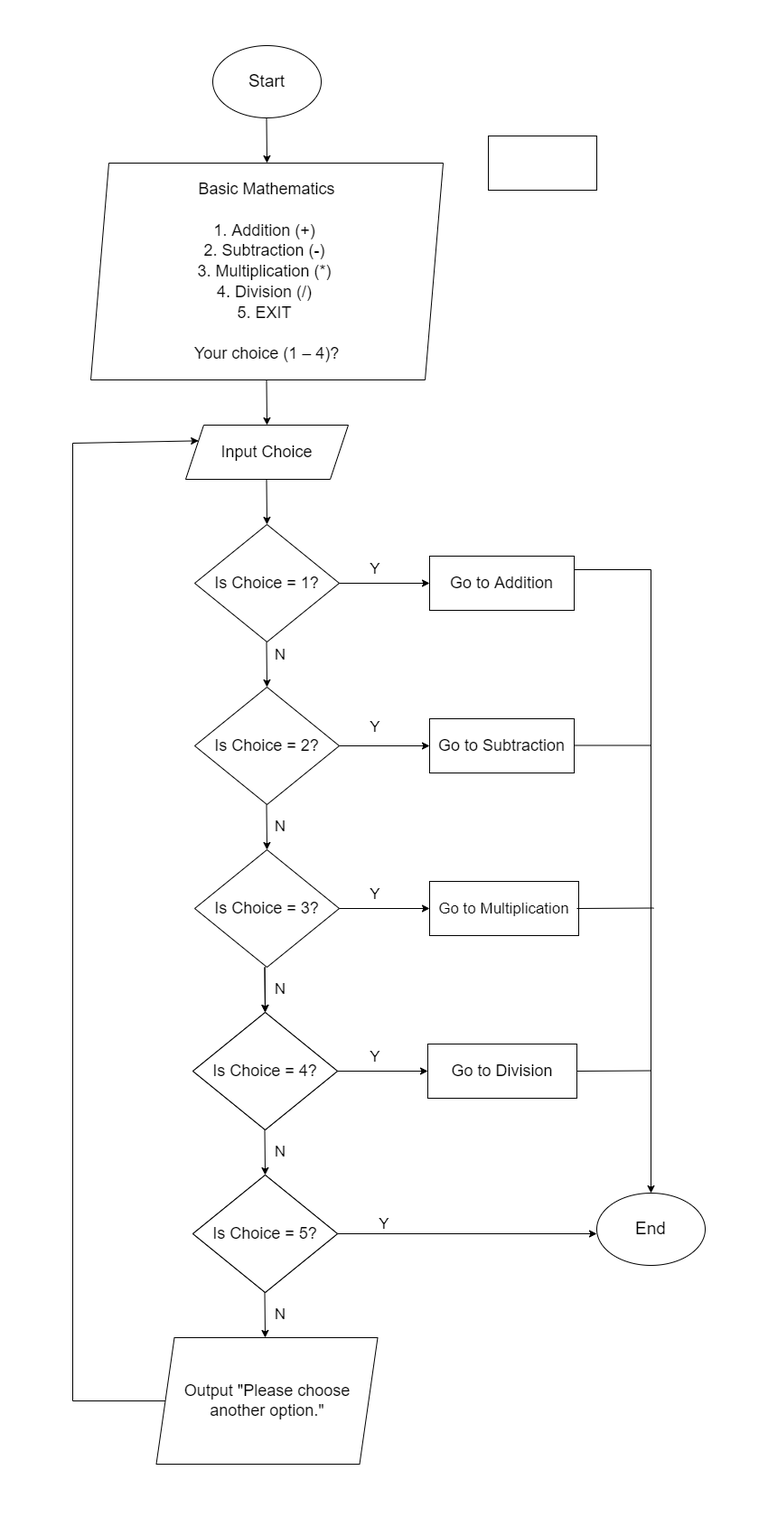
The draw.io diagram Basic Maths Operation Flowchart.epgz.drawio.png in amaalware/BasicMathsFlowchart, before a commit. Source tidied: cells renumbered, new cells last; positions are measured from the earlier drawing's top-left corner, leaving out a move shared by most shapes. The source it was exported from:
```xml
<mxGraphModel>
  <root>
    <mxCell id="0" />
    <mxCell id="1" parent="0" />
    <mxCell id="2" value="&lt;font style=&quot;font-size: 19px&quot;&gt;Start&lt;/font&gt;" style="ellipse;whiteSpace=wrap;html=1;" parent="1" vertex="1">
      <mxGeometry x="155" width="120" height="80" as="geometry" />
    </mxCell>
    <mxCell id="3" style="endArrow=classic;html=1;rounded=0;fontSize=19;" parent="1" edge="1">
      <mxGeometry relative="1" as="geometry">
        <mxPoint x="214.5" y="80" as="sourcePoint" />
        <mxPoint x="215" y="130" as="targetPoint" />
        <Array as="points">
          <mxPoint x="214.5" y="80" />
        </Array>
      </mxGeometry>
    </mxCell>
    <mxCell id="4" value="&lt;font style=&quot;font-size: 18px&quot;&gt;Basic Mathematics&lt;br&gt;&lt;br&gt;1. Addition (+) &lt;br&gt;2. Subtraction (-) &lt;br&gt;3. Multiplication (*) &lt;br&gt;4. Division (/) &lt;br&gt;5. EXIT &lt;br&gt;&lt;br&gt;Your choice (1 – 4)?&lt;br&gt;&lt;/font&gt;" style="shape=parallelogram;perimeter=parallelogramPerimeter;whiteSpace=wrap;html=1;fixedSize=1;fontSize=19;" parent="1" vertex="1">
      <mxGeometry x="20" y="130" width="390" height="240" as="geometry" />
    </mxCell>
    <mxCell id="5" style="endArrow=classic;html=1;rounded=0;fontSize=19;" parent="1" edge="1">
      <mxGeometry relative="1" as="geometry">
        <mxPoint x="214.5" y="370" as="sourcePoint" />
        <mxPoint x="215" y="420" as="targetPoint" />
        <Array as="points">
          <mxPoint x="214.5" y="370" />
        </Array>
      </mxGeometry>
    </mxCell>
    <mxCell id="6" value="Input Choice" style="shape=parallelogram;perimeter=parallelogramPerimeter;whiteSpace=wrap;html=1;fixedSize=1;fontSize=18;" parent="1" vertex="1">
      <mxGeometry x="125" y="420" width="180" height="60" as="geometry" />
    </mxCell>
    <mxCell id="7" style="endArrow=classic;html=1;rounded=0;fontSize=19;" parent="1" edge="1">
      <mxGeometry relative="1" as="geometry">
        <mxPoint x="214.5" y="480" as="sourcePoint" />
        <mxPoint x="215" y="530" as="targetPoint" />
        <Array as="points">
          <mxPoint x="214.5" y="480" />
        </Array>
      </mxGeometry>
    </mxCell>
    <mxCell id="8" value="Is Choice = 1?" style="rhombus;whiteSpace=wrap;html=1;fontSize=18;" parent="1" vertex="1">
      <mxGeometry x="135" y="530" width="160" height="130" as="geometry" />
    </mxCell>
    <mxCell id="9" style="endArrow=classic;html=1;rounded=0;fontSize=18;exitX=1;exitY=0.5;exitDx=0;exitDy=0;" parent="1" edge="1" source="8">
      <mxGeometry relative="1" as="geometry">
        <mxPoint x="395" y="595" as="targetPoint" />
      </mxGeometry>
    </mxCell>
    <mxCell id="10" value="Go to Addition" style="rounded=0;whiteSpace=wrap;html=1;fontSize=18;" parent="1" vertex="1">
      <mxGeometry x="395" y="565" width="160" height="60" as="geometry" />
    </mxCell>
    <mxCell id="11" style="endArrow=classic;html=1;rounded=0;fontSize=19;entryX=0.5;entryY=0;entryDx=0;entryDy=0;" parent="1" edge="1" target="12">
      <mxGeometry relative="1" as="geometry">
        <mxPoint x="214.5" y="660" as="sourcePoint" />
        <Array as="points">
          <mxPoint x="214.5" y="660" />
        </Array>
      </mxGeometry>
    </mxCell>
    <mxCell id="12" value="Is Choice = 2?" style="rhombus;whiteSpace=wrap;html=1;fontSize=18;" parent="1" vertex="1">
      <mxGeometry x="135" y="710" width="160" height="130" as="geometry" />
    </mxCell>
    <mxCell id="13" style="endArrow=classic;html=1;rounded=0;fontSize=18;exitX=1;exitY=0.5;exitDx=0;exitDy=0;" parent="1" edge="1" source="12">
      <mxGeometry relative="1" as="geometry">
        <mxPoint x="395" y="775" as="targetPoint" />
      </mxGeometry>
    </mxCell>
    <mxCell id="14" value="Go to Subtraction" style="rounded=0;whiteSpace=wrap;html=1;fontSize=18;" parent="1" vertex="1">
      <mxGeometry x="395" y="745" width="160" height="60" as="geometry" />
    </mxCell>
    <mxCell id="15" style="endArrow=classic;html=1;rounded=0;fontSize=19;entryX=0.5;entryY=0;entryDx=0;entryDy=0;" parent="1" edge="1" target="16">
      <mxGeometry relative="1" as="geometry">
        <mxPoint x="214.5" y="840" as="sourcePoint" />
        <Array as="points">
          <mxPoint x="214.5" y="840" />
        </Array>
      </mxGeometry>
    </mxCell>
    <mxCell id="16" value="Is Choice = 3?" style="rhombus;whiteSpace=wrap;html=1;fontSize=18;" parent="1" vertex="1">
      <mxGeometry x="135" y="890" width="160" height="130" as="geometry" />
    </mxCell>
    <mxCell id="17" style="endArrow=classic;html=1;rounded=0;fontSize=18;exitX=1;exitY=0.5;exitDx=0;exitDy=0;" parent="1" edge="1" source="16">
      <mxGeometry relative="1" as="geometry">
        <mxPoint x="395" y="955" as="targetPoint" />
      </mxGeometry>
    </mxCell>
    <mxCell id="18" value="&lt;font style=&quot;font-size: 17px&quot;&gt;Go to Multiplication&lt;/font&gt;" style="rounded=0;whiteSpace=wrap;html=1;fontSize=18;" parent="1" vertex="1">
      <mxGeometry x="395" y="925" width="165" height="60" as="geometry" />
    </mxCell>
    <mxCell id="19" style="endArrow=classic;html=1;rounded=0;fontSize=19;entryX=0.5;entryY=0;entryDx=0;entryDy=0;" parent="1" edge="1" target="20">
      <mxGeometry relative="1" as="geometry">
        <mxPoint x="212.5" y="1020" as="sourcePoint" />
        <Array as="points">
          <mxPoint x="212.5" y="1020" />
        </Array>
      </mxGeometry>
    </mxCell>
    <mxCell id="20" value="Is Choice = 4?" style="rhombus;whiteSpace=wrap;html=1;fontSize=18;" parent="1" vertex="1">
      <mxGeometry x="133" y="1070" width="160" height="130" as="geometry" />
    </mxCell>
    <mxCell id="21" style="endArrow=classic;html=1;rounded=0;fontSize=18;exitX=1;exitY=0.5;exitDx=0;exitDy=0;" parent="1" edge="1" source="20">
      <mxGeometry relative="1" as="geometry">
        <mxPoint x="393" y="1135" as="targetPoint" />
      </mxGeometry>
    </mxCell>
    <mxCell id="22" value="Go to Division" style="rounded=0;whiteSpace=wrap;html=1;fontSize=18;" parent="1" vertex="1">
      <mxGeometry x="393" y="1105" width="165" height="60" as="geometry" />
    </mxCell>
    <mxCell id="23" style="endArrow=classic;html=1;rounded=0;fontSize=19;entryX=0.5;entryY=0;entryDx=0;entryDy=0;" parent="1" edge="1" target="24">
      <mxGeometry relative="1" as="geometry">
        <mxPoint x="212.5" y="1020" as="sourcePoint" />
        <Array as="points">
          <mxPoint x="212.5" y="1020" />
        </Array>
      </mxGeometry>
    </mxCell>
    <mxCell id="24" value="Is Choice = 4?" style="rhombus;whiteSpace=wrap;html=1;fontSize=18;" parent="1" vertex="1">
      <mxGeometry x="133" y="1070" width="160" height="130" as="geometry" />
    </mxCell>
    <mxCell id="25" value="Is Choice = 4?" style="rhombus;whiteSpace=wrap;html=1;fontSize=18;" parent="1" vertex="1">
      <mxGeometry x="133" y="1250" width="160" height="130" as="geometry" />
    </mxCell>
    <mxCell id="26" style="endArrow=classic;html=1;rounded=0;fontSize=18;exitX=1;exitY=0.5;exitDx=0;exitDy=0;" parent="1" edge="1" source="25">
      <mxGeometry relative="1" as="geometry">
        <mxPoint x="580" y="1315" as="targetPoint" />
      </mxGeometry>
    </mxCell>
    <mxCell id="27" style="endArrow=classic;html=1;rounded=0;fontSize=19;entryX=0.5;entryY=0;entryDx=0;entryDy=0;" parent="1" edge="1" target="28">
      <mxGeometry relative="1" as="geometry">
        <mxPoint x="212.5" y="1200" as="sourcePoint" />
        <Array as="points">
          <mxPoint x="212.5" y="1200" />
        </Array>
      </mxGeometry>
    </mxCell>
    <mxCell id="28" value="Is Choice = 5?" style="rhombus;whiteSpace=wrap;html=1;fontSize=18;" parent="1" vertex="1">
      <mxGeometry x="133" y="1250" width="160" height="130" as="geometry" />
    </mxCell>
    <mxCell id="29" value="&lt;font style=&quot;font-size: 19px&quot;&gt;End&lt;/font&gt;" style="ellipse;whiteSpace=wrap;html=1;" parent="1" vertex="1">
      <mxGeometry x="580" y="1270" width="120" height="80" as="geometry" />
    </mxCell>
    <mxCell id="30" style="endArrow=classic;html=1;rounded=0;fontSize=19;entryX=0.5;entryY=0;entryDx=0;entryDy=0;" parent="1" edge="1">
      <mxGeometry relative="1" as="geometry">
        <mxPoint x="212.5" y="1380" as="sourcePoint" />
        <mxPoint x="213" y="1430" as="targetPoint" />
        <Array as="points">
          <mxPoint x="212.5" y="1380" />
        </Array>
      </mxGeometry>
    </mxCell>
    <mxCell id="31" value="Output &quot;Please choose another option.&quot;" style="shape=parallelogram;perimeter=parallelogramPerimeter;whiteSpace=wrap;html=1;fixedSize=1;fontSize=18;" parent="1" vertex="1">
      <mxGeometry x="92.5" y="1430" width="245" height="140" as="geometry" />
    </mxCell>
    <mxCell id="32" style="endArrow=none;html=1;rounded=0;fontSize=17;exitX=0;exitY=0.5;exitDx=0;exitDy=0;" parent="1" edge="1" source="31">
      <mxGeometry relative="1" as="geometry">
        <mxPoint y="1500" as="targetPoint" />
      </mxGeometry>
    </mxCell>
    <mxCell id="33" style="endArrow=none;html=1;rounded=0;fontSize=17;" parent="1" edge="1">
      <mxGeometry relative="1" as="geometry">
        <mxPoint y="1500" as="sourcePoint" />
        <mxPoint y="440" as="targetPoint" />
      </mxGeometry>
    </mxCell>
    <mxCell id="34" style="endArrow=classic;html=1;rounded=0;fontSize=17;entryX=0;entryY=0.25;entryDx=0;entryDy=0;" parent="1" edge="1" target="6">
      <mxGeometry relative="1" as="geometry">
        <mxPoint y="440" as="sourcePoint" />
      </mxGeometry>
    </mxCell>
    <mxCell id="35" style="endArrow=classic;html=1;rounded=0;fontSize=17;" parent="1" edge="1">
      <mxGeometry relative="1" as="geometry">
        <mxPoint x="640" y="580" as="sourcePoint" />
        <mxPoint x="640" y="1270" as="targetPoint" />
      </mxGeometry>
    </mxCell>
    <mxCell id="36" style="endArrow=none;html=1;rounded=0;fontSize=17;exitX=1;exitY=0.25;exitDx=0;exitDy=0;" parent="1" edge="1" source="10">
      <mxGeometry relative="1" as="geometry">
        <mxPoint x="640" y="580" as="targetPoint" />
      </mxGeometry>
    </mxCell>
    <mxCell id="37" style="endArrow=none;html=1;rounded=0;fontSize=17;exitX=1;exitY=0.25;exitDx=0;exitDy=0;" parent="1" edge="1">
      <mxGeometry relative="1" as="geometry">
        <mxPoint x="555" y="774.5" as="sourcePoint" />
        <mxPoint x="640" y="774.5" as="targetPoint" />
      </mxGeometry>
    </mxCell>
    <mxCell id="38" style="endArrow=none;html=1;rounded=0;fontSize=17;" parent="1" edge="1">
      <mxGeometry relative="1" as="geometry">
        <mxPoint x="558" y="955" as="sourcePoint" />
        <mxPoint x="643" y="954.5" as="targetPoint" />
      </mxGeometry>
    </mxCell>
    <mxCell id="39" style="endArrow=none;html=1;rounded=0;fontSize=17;exitX=1;exitY=0.5;exitDx=0;exitDy=0;" parent="1" edge="1" source="22">
      <mxGeometry relative="1" as="geometry">
        <mxPoint x="640" y="1134.5" as="targetPoint" />
      </mxGeometry>
    </mxCell>
    <mxCell id="40" value="Y" style="text;html=1;strokeColor=none;fillColor=none;align=center;verticalAlign=middle;whiteSpace=wrap;rounded=0;fontSize=17;" parent="1" vertex="1">
      <mxGeometry x="305" y="565" width="60" height="30" as="geometry" />
    </mxCell>
    <mxCell id="41" value="Y" style="text;html=1;strokeColor=none;fillColor=none;align=center;verticalAlign=middle;whiteSpace=wrap;rounded=0;fontSize=17;" parent="1" vertex="1">
      <mxGeometry x="305" y="740" width="60" height="30" as="geometry" />
    </mxCell>
    <mxCell id="42" value="N" style="text;html=1;strokeColor=none;fillColor=none;align=center;verticalAlign=middle;whiteSpace=wrap;rounded=0;fontSize=17;" parent="1" vertex="1">
      <mxGeometry x="200" y="660" width="60" height="30" as="geometry" />
    </mxCell>
    <mxCell id="43" value="Y" style="text;html=1;strokeColor=none;fillColor=none;align=center;verticalAlign=middle;whiteSpace=wrap;rounded=0;fontSize=17;" parent="1" vertex="1">
      <mxGeometry x="305" y="925" width="60" height="30" as="geometry" />
    </mxCell>
    <mxCell id="44" value="Y" style="text;html=1;strokeColor=none;fillColor=none;align=center;verticalAlign=middle;whiteSpace=wrap;rounded=0;fontSize=17;" parent="1" vertex="1">
      <mxGeometry x="305" y="1105" width="60" height="30" as="geometry" />
    </mxCell>
    <mxCell id="45" value="Y" style="text;html=1;strokeColor=none;fillColor=none;align=center;verticalAlign=middle;whiteSpace=wrap;rounded=0;fontSize=17;" parent="1" vertex="1">
      <mxGeometry x="315" y="1290" width="60" height="30" as="geometry" />
    </mxCell>
    <mxCell id="46" value="N" style="text;html=1;strokeColor=none;fillColor=none;align=center;verticalAlign=middle;whiteSpace=wrap;rounded=0;fontSize=17;" parent="1" vertex="1">
      <mxGeometry x="200" y="850" width="60" height="30" as="geometry" />
    </mxCell>
    <mxCell id="47" value="N" style="text;html=1;strokeColor=none;fillColor=none;align=center;verticalAlign=middle;whiteSpace=wrap;rounded=0;fontSize=17;" parent="1" vertex="1">
      <mxGeometry x="200" y="1030" width="60" height="30" as="geometry" />
    </mxCell>
    <mxCell id="48" value="N" style="text;html=1;strokeColor=none;fillColor=none;align=center;verticalAlign=middle;whiteSpace=wrap;rounded=0;fontSize=17;" parent="1" vertex="1">
      <mxGeometry x="200" y="1210" width="60" height="30" as="geometry" />
    </mxCell>
    <mxCell id="49" value="N" style="text;html=1;strokeColor=none;fillColor=none;align=center;verticalAlign=middle;whiteSpace=wrap;rounded=0;fontSize=17;" parent="1" vertex="1">
      <mxGeometry x="200" y="1390" width="60" height="30" as="geometry" />
    </mxCell>
    <mxCell id="50" style="rounded=0;whiteSpace=wrap;html=1;" parent="1" vertex="1">
      <mxGeometry x="460" y="100" width="120" height="60" as="geometry" />
    </mxCell>
  </root>
</mxGraphModel>
```
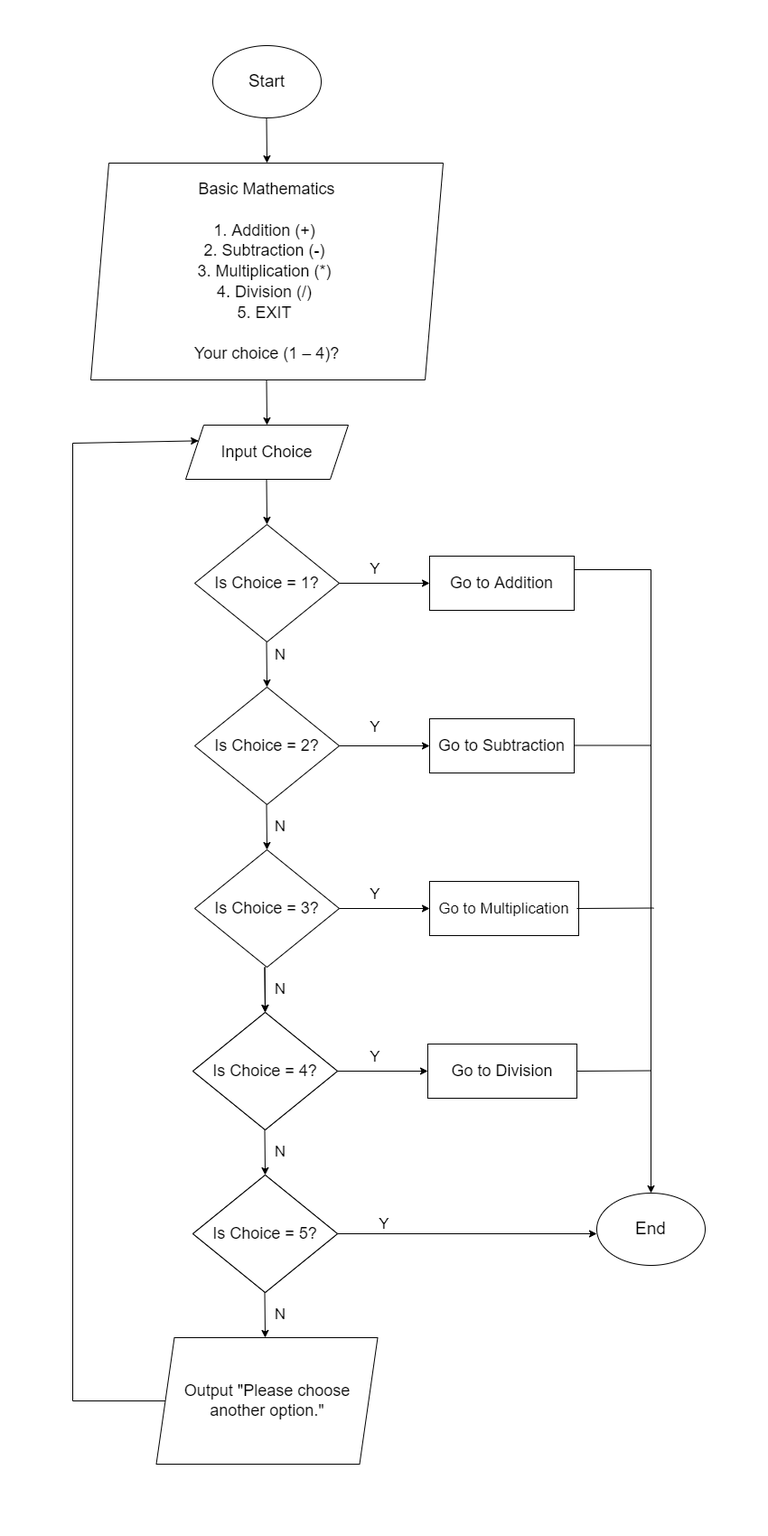
The same diagram one commit later.

Diff of the diagram source:
```diff
@@ -225,8 +225,5 @@
     <mxCell id="49" value="N" style="text;html=1;strokeColor=none;fillColor=none;align=center;verticalAlign=middle;whiteSpace=wrap;rounded=0;fontSize=17;" parent="1" vertex="1">
       <mxGeometry x="200" y="1390" width="60" height="30" as="geometry" />
     </mxCell>
-    <mxCell id="50" style="rounded=0;whiteSpace=wrap;html=1;" parent="1" vertex="1">
-      <mxGeometry x="460" y="100" width="120" height="60" as="geometry" />
-    </mxCell>
   </root>
 </mxGraphModel>
```
